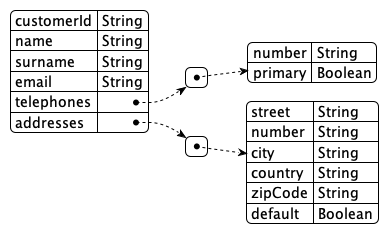
The PlantUML diagram doc/data-definition-customer-ms.png in scalvetr/costomer-single-view, before a commit.
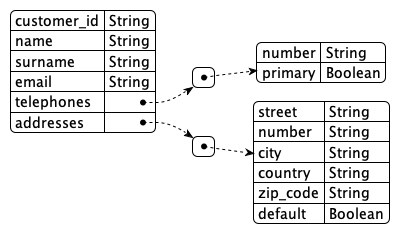
After the change.

Commit message:
customerId => customer_id

The edit, as a diff of the source:
```diff
@@ -7,7 +7,7 @@
 }
 </style>
 
-customerId: String
+customer_id: String
 name: String
 surname: String
 email: String
@@ -19,7 +19,7 @@
       number: String
       city: String
       country: String
-      zipCode: String
+      zip_code: String
       default: Boolean
 
 @endyaml
```
